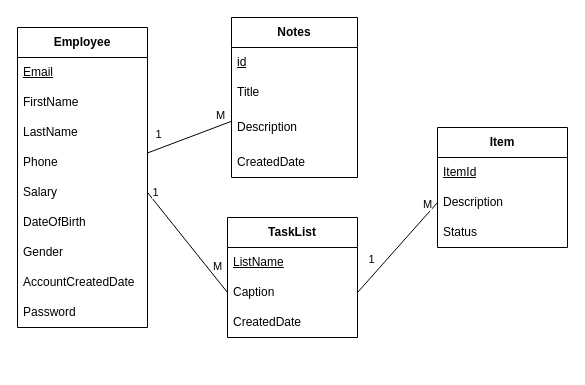
This is Designs/Database.drawio from ashrikaJay/ai-php-owlwise, a draw.io file, before an edit. Source tidied: cells renumbered, new cells numbered last; positions are measured from the earlier drawing's top-left corner, leaving out a move shared by most shapes. Both pictures are drawn from the tidied source at 100%, with x=0, y=0 at pixel (17, 17).
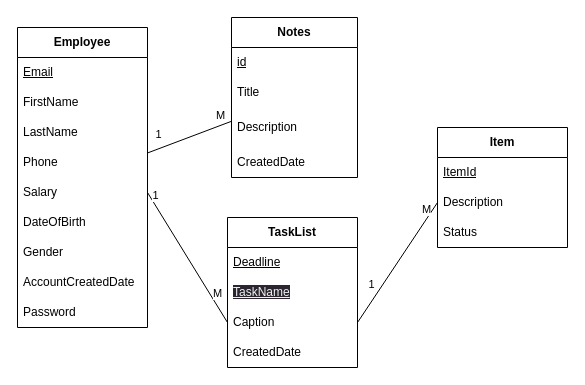
The same page after the edit.

Diff of the diagram source:
```diff
@@
     <mxCell id="20" value="TaskList" style="swimlane;fontStyle=1;horizontal=1;startSize=30;whiteSpace=wrap;html=1;" parent="1" vertex="1">
-      <mxGeometry x="210" y="200" width="130" height="120" as="geometry" />
+      <mxGeometry x="210" y="200" width="130" height="150" as="geometry" />
     </mxCell>
+    <mxCell id="34" value="&lt;u&gt;Deadline&lt;br&gt;&lt;/u&gt;" style="text;strokeColor=none;fillColor=none;align=left;verticalAlign=middle;spacingLeft=4;spacingRight=4;overflow=hidden;whiteSpace=wrap;html=1;" parent="20" vertex="1">
+      <mxGeometry y="30" width="130" height="30" as="geometry" />
+    </mxCell>
-    <mxCell id="21" value="&lt;u&gt;ListName&lt;/u&gt;" style="text;strokeColor=none;fillColor=none;align=left;verticalAlign=middle;spacingLeft=4;spacingRight=4;overflow=hidden;whiteSpace=wrap;html=1;" parent="20" vertex="1">
-      <mxGeometry y="30" width="130" height="30" as="geometry" />
+    <mxCell id="21" value="&lt;u style=&quot;border-color: rgb(0, 0, 0); color: rgb(240, 240, 240); font-family: Helvetica; font-size: 12px; font-style: normal; font-variant-ligatures: normal; font-variant-caps: normal; font-weight: 400; letter-spacing: normal; orphans: 2; text-align: left; text-indent: 0px; text-transform: none; widows: 2; word-spacing: 0px; -webkit-text-stroke-width: 0px; background-color: rgb(42, 37, 47);&quot;&gt;TaskName&lt;/u&gt;" style="text;strokeColor=none;fillColor=none;align=left;verticalAlign=middle;spacingLeft=4;spacingRight=4;overflow=hidden;whiteSpace=wrap;html=1;" parent="20" vertex="1">
+      <mxGeometry y="60" width="130" height="30" as="geometry" />
     </mxCell>
     <mxCell id="22" value="Caption" style="text;strokeColor=none;fillColor=none;align=left;verticalAlign=middle;spacingLeft=4;spacingRight=4;overflow=hidden;points=[[0,0.5],[1,0.5]];portConstraint=eastwest;whiteSpace=wrap;html=1;" parent="20" vertex="1">
-      <mxGeometry y="60" width="130" height="30" as="geometry" />
+      <mxGeometry y="90" width="130" height="30" as="geometry" />
     </mxCell>
     <mxCell id="23" value="CreatedDate" style="text;strokeColor=none;fillColor=none;align=left;verticalAlign=middle;spacingLeft=4;spacingRight=4;overflow=hidden;whiteSpace=wrap;html=1;" parent="20" vertex="1">
-      <mxGeometry y="90" width="130" height="30" as="geometry" />
+      <mxGeometry y="120" width="130" height="30" as="geometry" />
     </mxCell>
```
